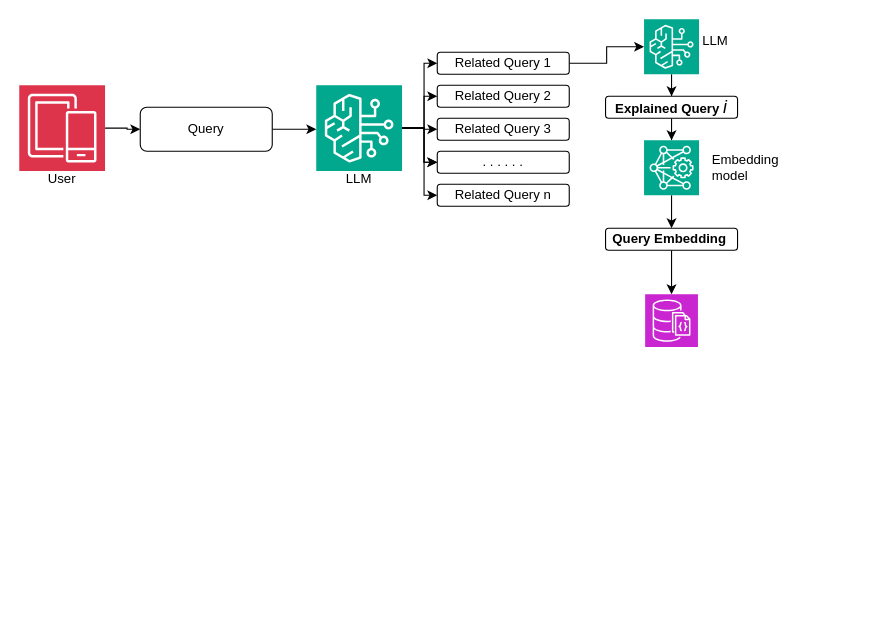
The draw.io diagram Untitled Diagram.drawio in piyushk6626/YCAtlas, before the edit. Source tidied: cells renumbered, new cells numbered last; positions are measured from the earlier drawing's top-left corner, leaving out a move shared by most shapes. Both pictures are drawn from the tidied source at 110%, with x=0, y=0 at pixel (19, 19).
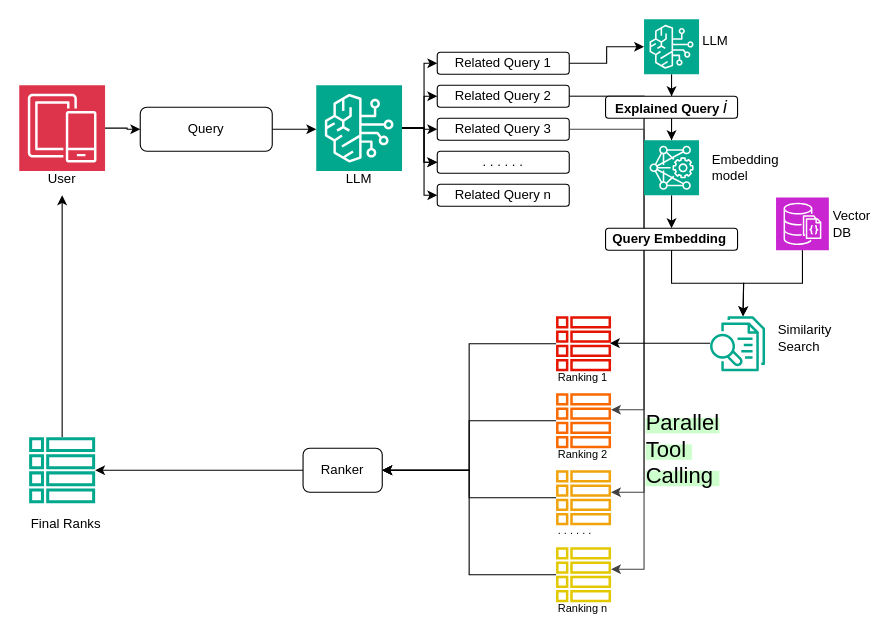
The same page after the edit.

The change refers to these unchanged cells:
```xml
<mxCell id="13" value="User" style="text;html=1;align=center;verticalAlign=middle;whiteSpace=wrap;rounded=0;" parent="1" vertex="1">
  <mxGeometry x="9" y="130" width="60" height="30" as="geometry" />
</mxCell>
<mxCell id="17" value="Related Query 2" style="rounded=1;whiteSpace=wrap;html=1;" parent="1" vertex="1">
  <mxGeometry x="380" y="60" width="120" height="20" as="geometry" />
</mxCell>
<mxCell id="18" value="Related Query 3" style="rounded=1;whiteSpace=wrap;html=1;" parent="1" vertex="1">
  <mxGeometry x="380" y="90" width="120" height="20" as="geometry" />
</mxCell>
<mxCell id="30" value="&lt;b&gt;Query Embedding&lt;/b&gt;&amp;nbsp;" style="rounded=1;whiteSpace=wrap;html=1;" parent="1" vertex="1">
  <mxGeometry x="533" y="190" width="120" height="20" as="geometry" />
</mxCell>
```

Change to the diagram source:
```diff
@@
+    <mxCell id="32" style="edgeStyle=orthogonalEdgeStyle;rounded=0;jettySize=auto;html=1;exitX=1;exitY=0.5;exitDx=0;exitDy=0;fillColor=#f5f5f5;strokeColor=#414141;" parent="1" edge="1" source="17" target="46">
+      <mxGeometry relative="1" as="geometry">
+        <Array as="points">
+          <mxPoint x="568" y="70" />
+          <mxPoint x="568" y="430" />
+        </Array>
+      </mxGeometry>
+    </mxCell>
@@
+    <mxCell id="33" style="edgeStyle=orthogonalEdgeStyle;rounded=0;jettySize=auto;html=1;exitX=1;exitY=0.5;exitDx=0;exitDy=0;fillColor=#f5f5f5;strokeColor=#414141;" parent="1" edge="1" source="17" target="44">
+      <mxGeometry relative="1" as="geometry">
+        <Array as="points">
+          <mxPoint x="568" y="70" />
+          <mxPoint x="568" y="355" />
+        </Array>
+      </mxGeometry>
+    </mxCell>
@@
     <mxCell id="25" style="sketch=0;points=[[0,0,0],[0.25,0,0],[0.5,0,0],[0.75,0,0],[1,0,0],[0,1,0],[0.25,1,0],[0.5,1,0],[0.75,1,0],[1,1,0],[0,0.25,0],[0,0.5,0],[0,0.75,0],[1,0.25,0],[1,0.5,0],[1,0.75,0]];outlineConnect=0;fontColor=#232F3E;fillColor=#C925D1;strokeColor=#ffffff;dashed=0;verticalLabelPosition=bottom;verticalAlign=top;align=center;html=1;fontSize=12;fontStyle=0;shape=mxgraph.aws4.resourceIcon;resIcon=mxgraph.aws4.documentdb_with_mongodb_compatibility;" parent="1" vertex="1">
-      <mxGeometry x="569" y="250" width="48" height="48" as="geometry" />
+      <mxGeometry x="688" y="162" width="48" height="48" as="geometry" />
     </mxCell>
+    <mxCell id="34" style="edgeStyle=orthogonalEdgeStyle;rounded=0;jettySize=auto;html=1;exitX=1;exitY=0.5;exitDx=0;exitDy=0;fillColor=#f5f5f5;strokeColor=#414141;" parent="1" edge="1" source="18" target="49">
+      <mxGeometry relative="1" as="geometry">
+        <Array as="points">
+          <mxPoint x="568" y="100" />
+          <mxPoint x="568" y="500" />
+        </Array>
+      </mxGeometry>
+    </mxCell>
@@
+    <mxCell id="28" value="LLM" style="text;html=1;align=center;verticalAlign=middle;whiteSpace=wrap;rounded=0;" parent="1" vertex="1">
+      <mxGeometry x="613" y="10" width="40" height="20" as="geometry" />
+    </mxCell>
@@
-    <mxCell id="28" value="LLM" style="text;html=1;align=center;verticalAlign=middle;whiteSpace=wrap;rounded=0;" parent="1" vertex="1">
-      <mxGeometry x="613" y="10" width="40" height="20" as="geometry" />
-    </mxCell>
-    <mxCell id="29" style="edgeStyle=orthogonalEdgeStyle;rounded=0;jettySize=auto;html=1;" parent="1" edge="1" source="30" target="25">
-      <mxGeometry relative="1" as="geometry" />
-    </mxCell>
@@
+    <mxCell id="35" value="Vector DB" style="text;html=1;align=left;verticalAlign=middle;whiteSpace=wrap;rounded=0;" parent="1" vertex="1">
+      <mxGeometry x="738" y="176" width="40" height="20" as="geometry" />
+    </mxCell>
+    <mxCell id="36" style="edgeStyle=orthogonalEdgeStyle;rounded=0;jettySize=auto;html=1;exitX=0.5;exitY=1;exitDx=0;exitDy=0;entryX=0.5;entryY=0.3;entryDx=0;entryDy=0;entryPerimeter=0;" parent="1" edge="1" source="30">
+      <mxGeometry relative="1" as="geometry">
+        <mxPoint x="658" y="270" as="targetPoint" />
+      </mxGeometry>
+    </mxCell>
+    <mxCell id="37" style="edgeStyle=orthogonalEdgeStyle;rounded=0;jettySize=auto;html=1;exitX=0.5;exitY=1;exitDx=0;exitDy=0;exitPerimeter=0;entryX=0.5;entryY=0.3;entryDx=0;entryDy=0;entryPerimeter=0;" parent="1" edge="1" source="25">
+      <mxGeometry relative="1" as="geometry">
+        <mxPoint x="658" y="270" as="targetPoint" />
+      </mxGeometry>
+    </mxCell>
+    <mxCell id="38" style="edgeStyle=orthogonalEdgeStyle;rounded=0;jettySize=auto;html=1;" parent="1" edge="1" source="39">
+      <mxGeometry relative="1" as="geometry">
+        <mxPoint x="537" y="294.5" as="targetPoint" />
+      </mxGeometry>
+    </mxCell>
+    <mxCell id="39" style="sketch=0;outlineConnect=0;fontColor=#232F3E;gradientColor=none;fillColor=#01A88D;strokeColor=none;dashed=0;verticalLabelPosition=bottom;verticalAlign=top;align=center;html=1;fontSize=12;fontStyle=0;shape=mxgraph.aws4.textract_analyze_lending;" parent="1" vertex="1">
+      <mxGeometry x="628" y="270" width="50" height="50" as="geometry" />
+    </mxCell>
+    <mxCell id="40" value="&lt;span style=&quot;text-align: center;&quot;&gt;Similarity Search&lt;/span&gt;" style="text;html=1;align=left;verticalAlign=middle;whiteSpace=wrap;rounded=0;" parent="1" vertex="1">
+      <mxGeometry x="688" y="280" width="40" height="20" as="geometry" />
+    </mxCell>
+    <mxCell id="41" style="edgeStyle=orthogonalEdgeStyle;rounded=0;jettySize=auto;html=1;entryX=1;entryY=0.5;entryDx=0;entryDy=0;" parent="1" edge="1" source="42" target="54">
+      <mxGeometry relative="1" as="geometry" />
+    </mxCell>
+    <mxCell id="42" style="sketch=0;outlineConnect=0;fillColor=#e51400;strokeColor=#B20000;dashed=0;verticalLabelPosition=bottom;verticalAlign=top;align=center;html=1;fontSize=12;fontStyle=0;shape=mxgraph.aws4.table;fontColor=#ffffff;" parent="1" vertex="1">
+      <mxGeometry x="488" y="270" width="50" height="50" as="geometry" />
+    </mxCell>
+    <mxCell id="43" style="edgeStyle=orthogonalEdgeStyle;rounded=0;jettySize=auto;html=1;entryX=1;entryY=0.5;entryDx=0;entryDy=0;" parent="1" edge="1" source="44" target="54">
+      <mxGeometry relative="1" as="geometry" />
+    </mxCell>
+    <mxCell id="44" style="sketch=0;outlineConnect=0;fillColor=#fa6800;strokeColor=#C73500;dashed=0;verticalLabelPosition=bottom;verticalAlign=top;align=center;html=1;fontSize=12;fontStyle=0;shape=mxgraph.aws4.table;fontColor=#000000;" parent="1" vertex="1">
+      <mxGeometry x="488" y="340" width="50" height="50" as="geometry" />
+    </mxCell>
+    <mxCell id="45" style="edgeStyle=orthogonalEdgeStyle;rounded=0;jettySize=auto;html=1;entryX=1;entryY=0.5;entryDx=0;entryDy=0;" parent="1" edge="1" source="46" target="54">
+      <mxGeometry relative="1" as="geometry" />
+    </mxCell>
+    <mxCell id="46" style="sketch=0;outlineConnect=0;fillColor=#f0a30a;strokeColor=#BD7000;dashed=0;verticalLabelPosition=bottom;verticalAlign=top;align=center;html=1;fontSize=12;fontStyle=0;shape=mxgraph.aws4.table;fontColor=#000000;" parent="1" vertex="1">
+      <mxGeometry x="488" y="410" width="50" height="50" as="geometry" />
+    </mxCell>
+    <mxCell id="47" value="Ranking 1" style="text;html=1;align=left;verticalAlign=middle;whiteSpace=wrap;rounded=0;fontSize=10;" parent="1" vertex="1">
+      <mxGeometry x="488" y="320" width="58" height="10" as="geometry" />
+    </mxCell>
+    <mxCell id="48" style="edgeStyle=orthogonalEdgeStyle;rounded=0;jettySize=auto;html=1;entryX=1;entryY=0.5;entryDx=0;entryDy=0;" parent="1" edge="1" source="49" target="54">
+      <mxGeometry relative="1" as="geometry" />
+    </mxCell>
+    <mxCell id="49" style="sketch=0;outlineConnect=0;fillColor=#e3c800;strokeColor=#B09500;dashed=0;verticalLabelPosition=bottom;verticalAlign=top;align=center;html=1;fontSize=12;fontStyle=0;shape=mxgraph.aws4.table;fontColor=#000000;" parent="1" vertex="1">
+      <mxGeometry x="488" y="480" width="50" height="50" as="geometry" />
+    </mxCell>
+    <mxCell id="50" value="Ranking 2" style="text;html=1;align=left;verticalAlign=middle;whiteSpace=wrap;rounded=0;fontSize=10;" parent="1" vertex="1">
+      <mxGeometry x="488" y="390" width="58" height="10" as="geometry" />
+    </mxCell>
+    <mxCell id="51" value=". . . . . .&amp;nbsp;" style="text;html=1;align=left;verticalAlign=middle;whiteSpace=wrap;rounded=0;fontSize=10;" parent="1" vertex="1">
+      <mxGeometry x="488" y="459" width="58" height="10" as="geometry" />
+    </mxCell>
+    <mxCell id="52" value="Ranking n" style="text;html=1;align=left;verticalAlign=middle;whiteSpace=wrap;rounded=0;fontSize=10;" parent="1" vertex="1">
+      <mxGeometry x="488" y="530" width="58" height="10" as="geometry" />
+    </mxCell>
+    <mxCell id="53" style="edgeStyle=orthogonalEdgeStyle;rounded=0;jettySize=auto;html=1;" parent="1" edge="1" source="54" target="56">
+      <mxGeometry relative="1" as="geometry" />
+    </mxCell>
+    <mxCell id="54" value="Ranker" style="rounded=1;whiteSpace=wrap;html=1;" parent="1" vertex="1">
+      <mxGeometry x="258" y="390" width="72" height="40" as="geometry" />
+    </mxCell>
+    <mxCell id="55" style="edgeStyle=orthogonalEdgeStyle;rounded=0;jettySize=auto;html=1;" parent="1" edge="1" source="56" target="13">
+      <mxGeometry relative="1" as="geometry" />
+    </mxCell>
+    <mxCell id="56" style="sketch=0;outlineConnect=0;fillColor=light-dark(#01a88d, #ff9281);strokeColor=#B20000;dashed=0;verticalLabelPosition=bottom;verticalAlign=top;align=center;html=1;fontSize=12;fontStyle=0;shape=mxgraph.aws4.table;fontColor=#ffffff;" parent="1" vertex="1">
+      <mxGeometry x="9" y="380" width="60" height="60" as="geometry" />
+    </mxCell>
+    <mxCell id="57" value="Final Ranks" style="text;html=1;align=left;verticalAlign=middle;whiteSpace=wrap;rounded=0;" parent="1" vertex="1">
+      <mxGeometry x="9" y="449" width="69" height="20" as="geometry" />
+    </mxCell>
+    <mxCell id="58" value="&lt;span style=&quot;text-align: center; background-color: rgb(204, 255, 204);&quot;&gt;&lt;font style=&quot;font-size: 20px;&quot;&gt;Parallel&lt;br&gt;Tool&amp;nbsp;&lt;br&gt;Calling&amp;nbsp;&lt;/font&gt;&lt;/span&gt;" style="text;html=1;align=left;verticalAlign=middle;whiteSpace=wrap;rounded=0;" parent="1" vertex="1">
+      <mxGeometry x="568" y="340" width="80" height="100" as="geometry" />
+    </mxCell>
```
